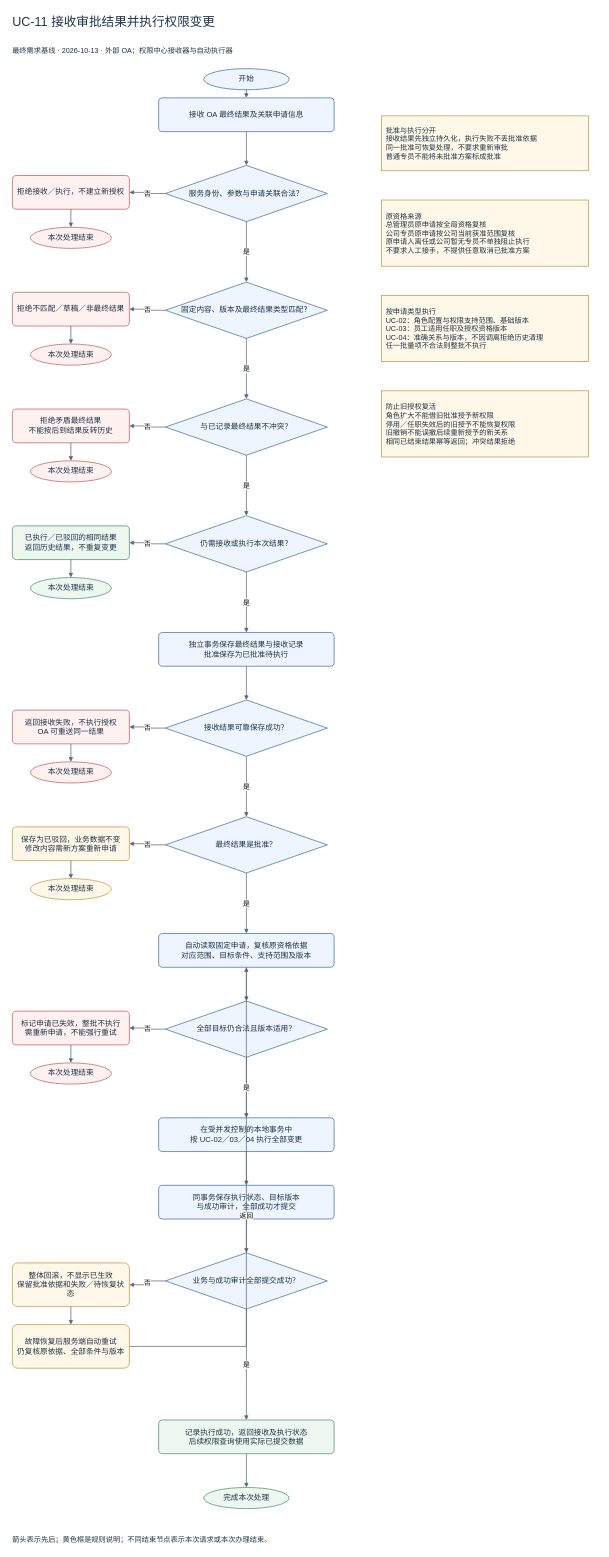
The draw.io diagram docs/按用例分类/UC-11_接收审批结果并执行权限变更/UC-11_接收审批结果并执行权限变更_流程图.drawio in Noah-hope/RBAC-admin, before the edit. Source tidied: cells renumbered, new cells numbered last; positions are measured from the earlier drawing's top-left corner, leaving out a move shared by most shapes. Both pictures are drawn from the tidied source at 45%, with x=0, y=0 at pixel (8, 8).
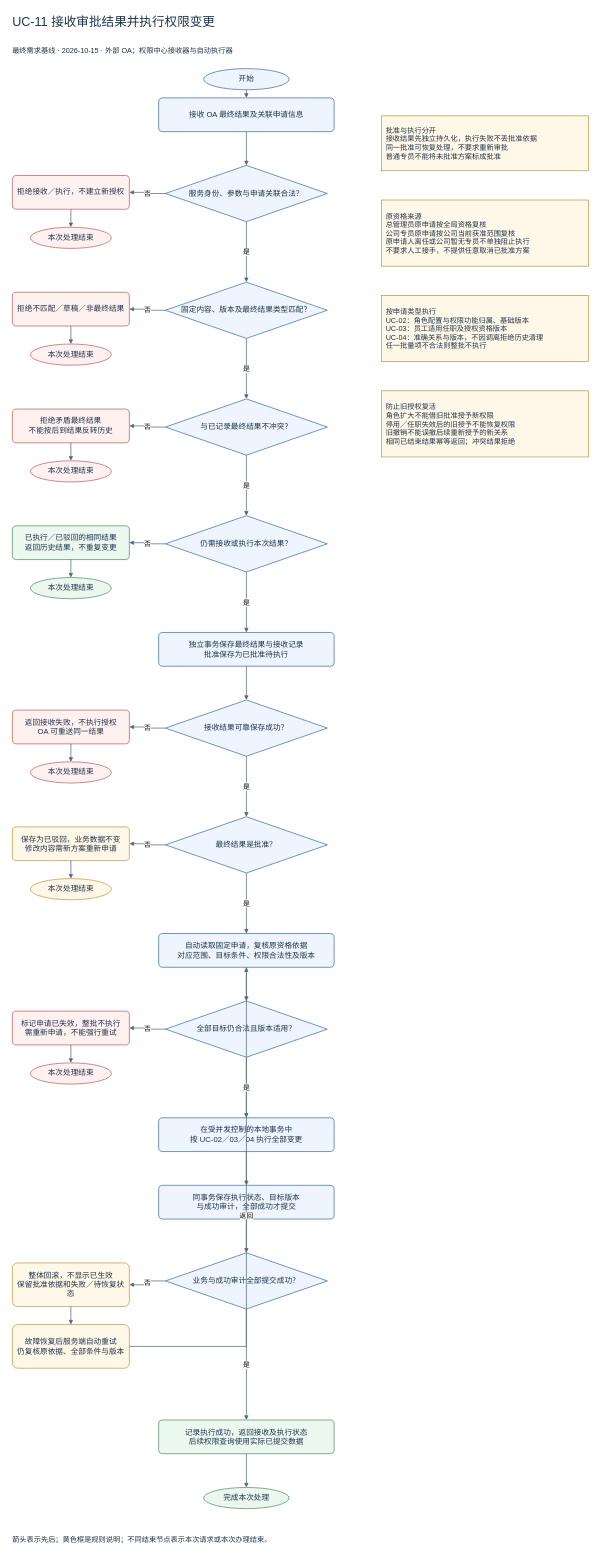
After the change.

The edit, as a diff of the source:
```diff
@@
-    <mxCell id="3" value="最终需求基线 · 2026-10-13 · 外部 OA；权限中心接收器与自动执行器" style="text;html=1;whiteSpace=wrap;fontFamily=Microsoft YaHei;fontSize=17;fontColor=#1e3449;align=center;verticalAlign=middle;spacing=10;fillColor=#eef5ff;strokeColor=#32649a;strokeWidth=1.5;fillColor=none;strokeColor=none;align=left;fontSize=16;" parent="1" vertex="1">
+    <mxCell id="3" value="最终需求基线 · 2026-10-15 · 外部 OA；权限中心接收器与自动执行器" style="text;html=1;whiteSpace=wrap;fontFamily=Microsoft YaHei;fontSize=17;fontColor=#1e3449;align=center;verticalAlign=middle;spacing=10;fillColor=#eef5ff;strokeColor=#32649a;strokeWidth=1.5;fillColor=none;strokeColor=none;align=left;fontSize=16;" parent="1" vertex="1">
       <mxGeometry y="70" width="1320" height="50" as="geometry" />
     </mxCell>
@@
-    <mxCell id="25" value="自动读取固定申请，复核原资格依据&lt;br&gt;对应范围、目标条件、支持范围及版本" style="rounded=1;arcSize=12;html=1;whiteSpace=wrap;fontFamily=Microsoft YaHei;fontSize=17;fontColor=#1e3449;align=center;verticalAlign=middle;spacing=10;fillColor=#eef5ff;strokeColor=#32649a;strokeWidth=1.5;" parent="1" vertex="1">
+    <mxCell id="25" value="自动读取固定申请，复核原资格依据&lt;br&gt;对应范围、目标条件、权限合法性及版本" style="rounded=1;arcSize=12;html=1;whiteSpace=wrap;fontFamily=Microsoft YaHei;fontSize=17;fontColor=#1e3449;align=center;verticalAlign=middle;spacing=10;fillColor=#eef5ff;strokeColor=#32649a;strokeWidth=1.5;" parent="1" vertex="1">
       <mxGeometry x="335" y="2057" width="390" height="75" as="geometry" />
     </mxCell>
@@
-    <mxCell id="38" value="按申请类型执行&lt;br&gt;UC-02：角色配置与权限支持范围、基础版本&lt;br&gt;UC-03：员工适用任职及授权资格版本&lt;br&gt;UC-04：准确关系与版本，不因调离拒绝历史清理&lt;br&gt;任一批量项不合法则整批不执行" style="rounded=0;html=1;whiteSpace=wrap;fontFamily=Microsoft YaHei;fontSize=17;fontColor=#1e3449;align=center;verticalAlign=middle;spacing=10;fillColor=#fff8e8;strokeColor=#bc9036;strokeWidth=1.5;align=left;fontSize=16;" parent="1" vertex="1">
+    <mxCell id="38" value="按申请类型执行&lt;br&gt;UC-02：角色配置与权限功能归属、基础版本&lt;br&gt;UC-03：员工适用任职及授权资格版本&lt;br&gt;UC-04：准确关系与版本，不因调离拒绝历史清理&lt;br&gt;任一批量项不合法则整批不执行" style="rounded=0;html=1;whiteSpace=wrap;fontFamily=Microsoft YaHei;fontSize=17;fontColor=#1e3449;align=center;verticalAlign=middle;spacing=10;fillColor=#fff8e8;strokeColor=#bc9036;strokeWidth=1.5;align=left;fontSize=16;" parent="1" vertex="1">
       <mxGeometry x="830" y="639" width="460" height="147" as="geometry" />
     </mxCell>
```
